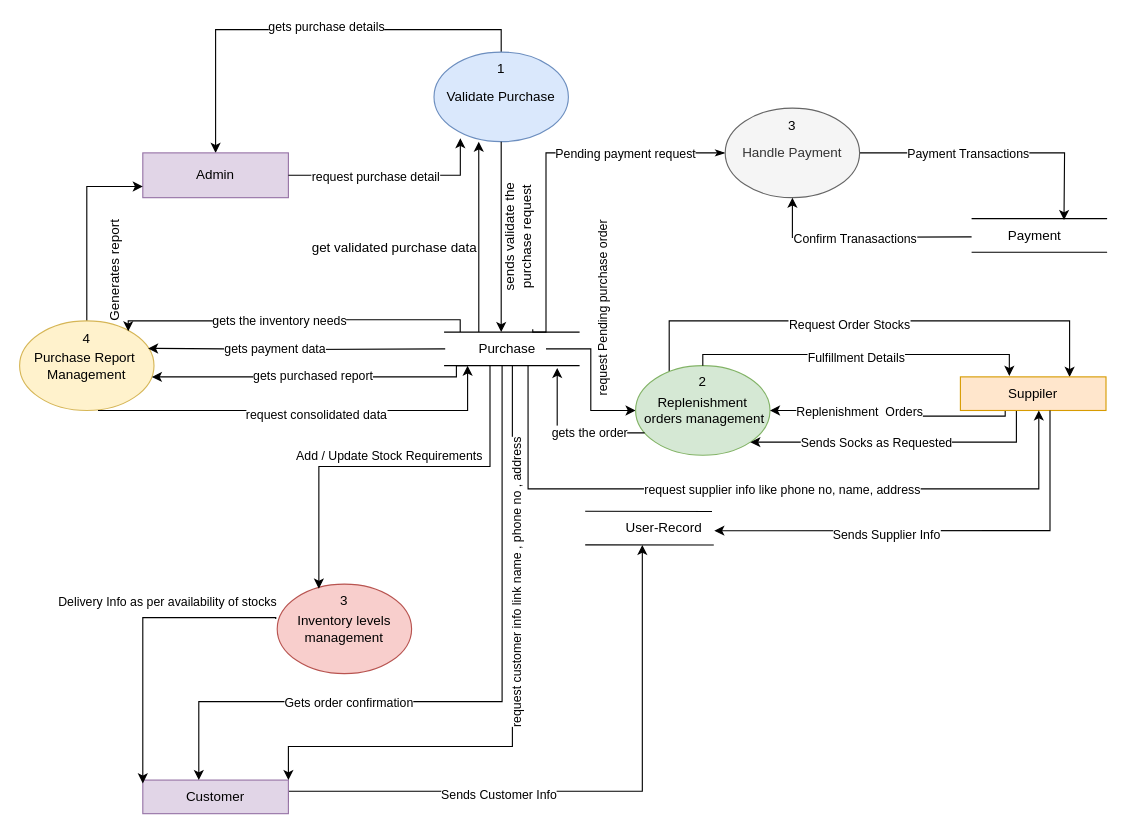
Above: Payment level 1.drawio in pawal-karki/DRAW.IO (draw.io), before the change. Source tidied: cells renumbered, new cells numbered last; positions are measured from the earlier drawing's top-left corner, leaving out a move shared by most shapes. Both pictures are drawn from the tidied source at 112%, with x=0, y=0 at pixel (-3, 52).
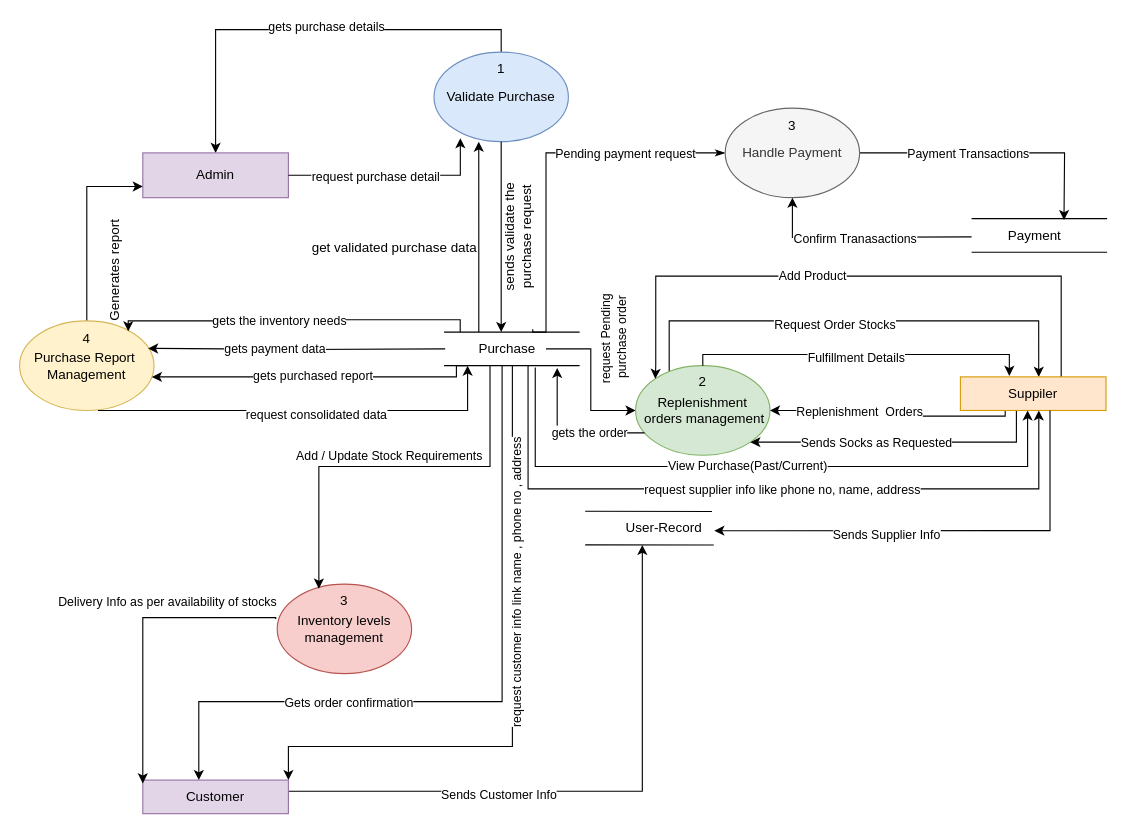
The same page after the edit.

Unchanged cells that the change refers to:
```xml
<mxCell id="12" style="edgeStyle=orthogonalEdgeStyle;rounded=0;jettySize=auto;html=1;" parent="1" edge="1" source="14" target="40">
  <mxGeometry relative="1" as="geometry" />
</mxCell>
<mxCell id="14" value="Purchase" style="text;html=1;align=center;verticalAlign=middle;points=[];strokeColor=none;fillColor=none;" parent="1" vertex="1">
  <mxGeometry x="420" y="250" width="70" height="30" as="geometry" />
</mxCell>
<mxCell id="40" value="Replenishment&lt;div&gt;&amp;nbsp;orders management&lt;/div&gt;" style="ellipse;whiteSpace=wrap;html=1;fillColor=#d5e8d4;strokeColor=#82b366;" parent="1" vertex="1">
  <mxGeometry x="570" y="280" width="120" height="80" as="geometry" />
</mxCell>
<mxCell id="47" value="Suppiler" style="rounded=0;whiteSpace=wrap;html=1;fillColor=#ffe6cc;strokeColor=#d79b00;" parent="1" vertex="1">
  <mxGeometry x="860" y="290" width="130" height="30" as="geometry" />
</mxCell>
```

The edit, as a diff of the source:
```diff
@@
-    <mxCell id="13" value="request Pending purchase order" style="edgeLabel;html=1;align=center;verticalAlign=middle;rotation=-90;" parent="12" vertex="1">
+    <mxCell id="13" value="request Pending&amp;nbsp;&lt;div&gt;purchase order&lt;/div&gt;" style="edgeLabel;html=1;align=center;verticalAlign=middle;rotation=-90;" parent="12" vertex="1">
       <mxGeometry x="-0.02" y="-4" relative="1" as="geometry">
-        <mxPoint x="14" y="-61" as="offset" />
+        <mxPoint x="24" y="-35" as="offset" />
       </mxGeometry>
     </mxCell>
@@
-    <mxCell id="38" style="edgeStyle=orthogonalEdgeStyle;rounded=0;jettySize=auto;html=1;entryX=0.75;entryY=0;entryDx=0;entryDy=0;" parent="1" edge="1" source="40" target="47">
+    <mxCell id="38" style="edgeStyle=orthogonalEdgeStyle;rounded=0;jettySize=auto;html=1;entryX=0.538;entryY=0;entryDx=0;entryDy=0;entryPerimeter=0;" parent="1" edge="1" source="40" target="47">
       <mxGeometry relative="1" as="geometry">
         <Array as="points">
           <mxPoint x="600" y="240" />
-          <mxPoint x="958" y="240" />
+          <mxPoint x="930" y="240" />
         </Array>
       </mxGeometry>
     </mxCell>
@@
+    <mxCell id="74" style="edgeStyle=orthogonalEdgeStyle;rounded=0;jettySize=auto;html=1;entryX=0;entryY=0;entryDx=0;entryDy=0;" parent="1" edge="1" source="47" target="40">
+      <mxGeometry relative="1" as="geometry">
+        <Array as="points">
+          <mxPoint x="950" y="200" />
+          <mxPoint x="588" y="200" />
+          <mxPoint x="588" y="280" />
+        </Array>
+      </mxGeometry>
+    </mxCell>
+    <mxCell id="75" value="Add Product" style="edgeLabel;html=1;align=center;verticalAlign=middle;" parent="74" vertex="1">
+      <mxGeometry x="0.15" y="-1" relative="1" as="geometry" />
+    </mxCell>
@@
+    <mxCell id="76" style="edgeStyle=orthogonalEdgeStyle;rounded=0;jettySize=auto;html=1;entryX=0.863;entryY=1.053;entryDx=0;entryDy=0;entryPerimeter=0;startArrow=classic;startFill=1;endArrow=none;endFill=0;" parent="1" edge="1" source="47" target="14">
+      <mxGeometry relative="1" as="geometry">
+        <Array as="points">
+          <mxPoint x="920" y="370" />
+          <mxPoint x="480" y="370" />
+        </Array>
+      </mxGeometry>
+    </mxCell>
+    <mxCell id="77" value="View Purchase(Past/Current)" style="edgeLabel;html=1;align=center;verticalAlign=middle;" parent="76" vertex="1">
+      <mxGeometry x="0.04" y="-1" relative="1" as="geometry" />
+    </mxCell>
```
